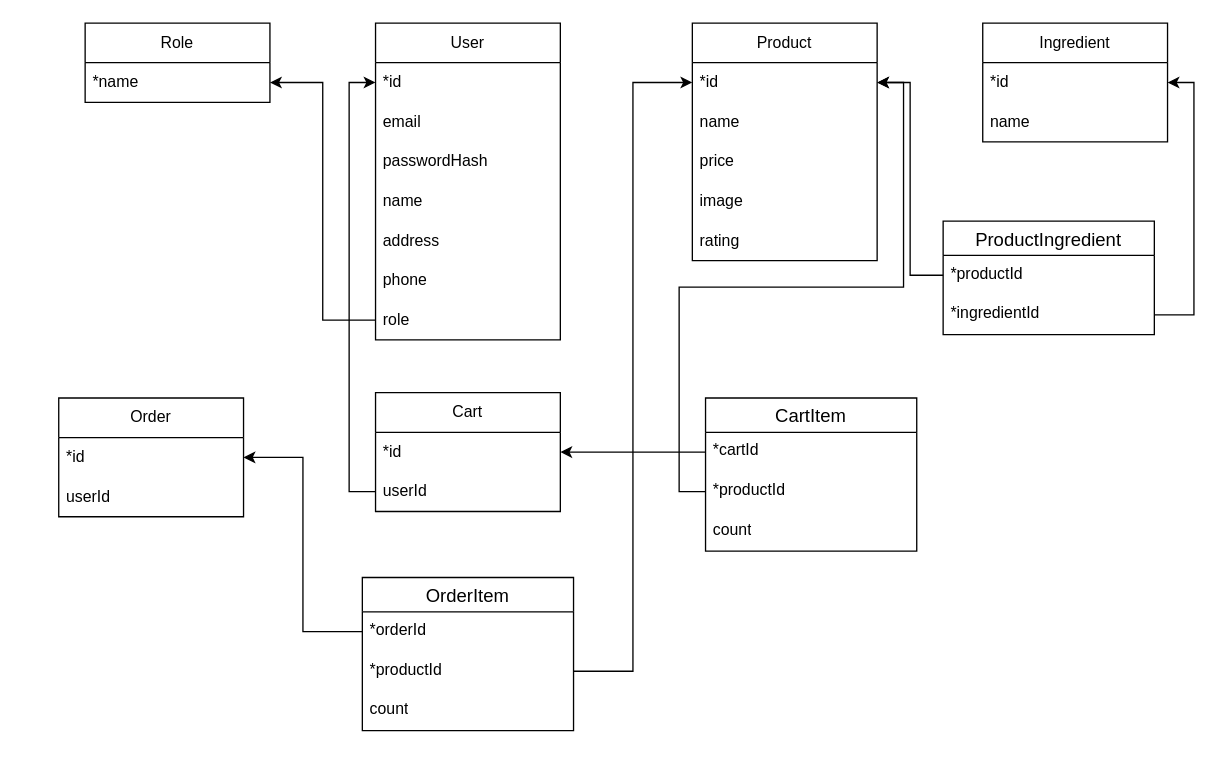
Earlier version of the draw.io diagram page "Страница — 2" (2 of 2) of database.drawio (fevoritos/kentucky-baked-pizza). Source tidied: cells renumbered, new cells numbered last; positions are measured from the earlier drawing's top-left corner, leaving out a move shared by most shapes. Both pictures are drawn from the tidied source at 132%, with x=0, y=0 at pixel (58, 22).
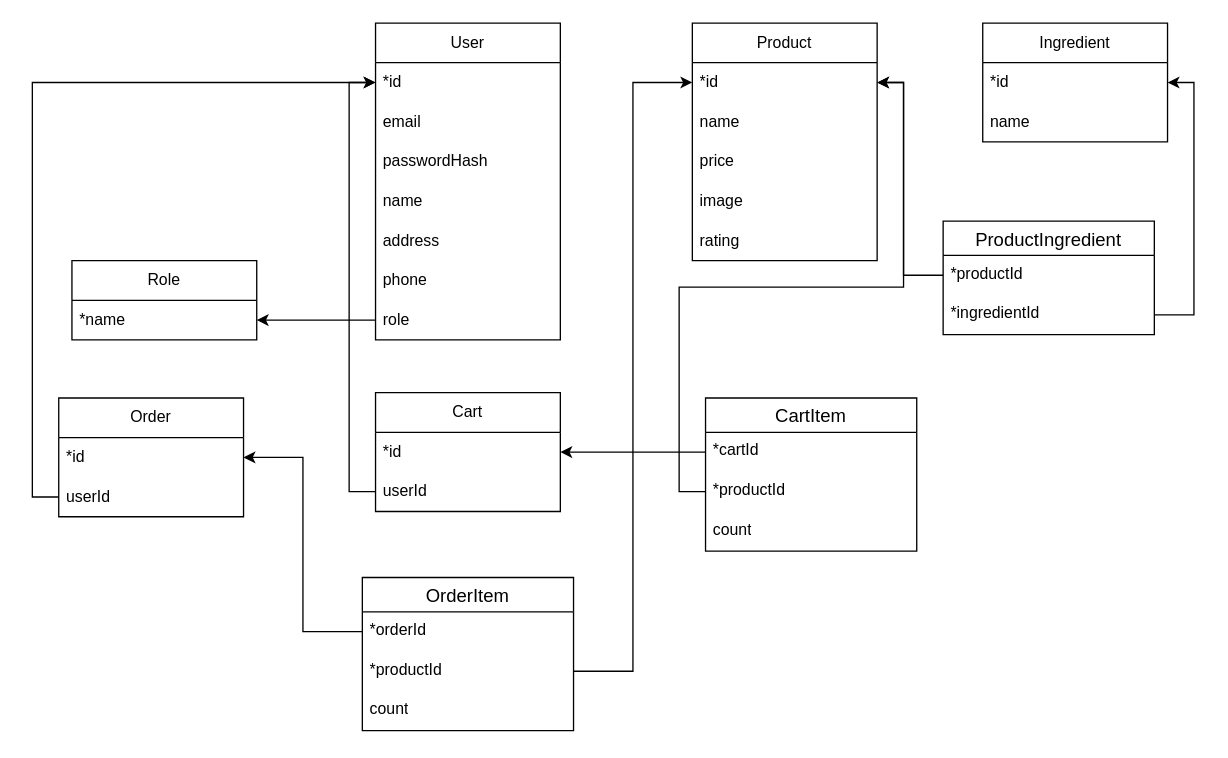
The same diagram, later.

The change refers to these unchanged cells:
```xml
<mxCell id="3" value="*id" style="text;strokeColor=none;fillColor=none;align=left;verticalAlign=middle;spacingLeft=4;spacingRight=4;overflow=hidden;points=[[0,0.5],[1,0.5]];portConstraint=eastwest;whiteSpace=wrap;html=1;" parent="2" vertex="1">
  <mxGeometry y="30" width="140" height="30" as="geometry" />
</mxCell>
<mxCell id="11" value="*id" style="text;strokeColor=none;fillColor=none;align=left;verticalAlign=middle;spacingLeft=4;spacingRight=4;overflow=hidden;points=[[0,0.5],[1,0.5]];portConstraint=eastwest;whiteSpace=wrap;html=1;" parent="10" vertex="1">
  <mxGeometry y="30" width="140" height="30" as="geometry" />
</mxCell>
<mxCell id="24" value="*productId" style="text;strokeColor=none;fillColor=none;spacingLeft=4;spacingRight=4;overflow=hidden;points=[[0,0.5],[1,0.5]];portConstraint=eastwest;fontSize=12;whiteSpace=wrap;html=1;" parent="22" vertex="1">
  <mxGeometry y="56" width="160" height="30" as="geometry" />
</mxCell>
<mxCell id="30" value="*produсtId" style="text;strokeColor=none;fillColor=none;spacingLeft=4;spacingRight=4;overflow=hidden;points=[[0,0.5],[1,0.5]];portConstraint=eastwest;fontSize=12;whiteSpace=wrap;html=1;" parent="29" vertex="1">
  <mxGeometry y="26" width="160" height="30" as="geometry" />
</mxCell>
<mxCell id="39" value="userId" style="text;strokeColor=none;fillColor=none;align=left;verticalAlign=middle;spacingLeft=4;spacingRight=4;overflow=hidden;points=[[0,0.5],[1,0.5]];portConstraint=eastwest;whiteSpace=wrap;html=1;" parent="37" vertex="1">
  <mxGeometry y="60" width="140" height="30" as="geometry" />
</mxCell>
```

Diff of the diagram source:
```diff
@@
     <mxCell id="27" style="edgeStyle=orthogonalEdgeStyle;rounded=0;jettySize=auto;html=1;" parent="1" edge="1" source="24" target="11">
-      <mxGeometry relative="1" as="geometry" />
+      <mxGeometry relative="1" as="geometry">
+        <Array as="points">
+          <mxPoint x="470" y="355" />
+          <mxPoint x="470" y="200" />
+          <mxPoint x="640" y="200" />
+          <mxPoint x="640" y="45" />
+        </Array>
+      </mxGeometry>
     </mxCell>
@@
     <mxCell id="33" style="edgeStyle=orthogonalEdgeStyle;rounded=0;jettySize=auto;html=1;entryX=1;entryY=0.5;entryDx=0;entryDy=0;" parent="1" edge="1" source="30" target="11">
-      <mxGeometry relative="1" as="geometry" />
+      <mxGeometry relative="1" as="geometry">
+        <Array as="points">
+          <mxPoint x="640" y="191" />
+          <mxPoint x="640" y="45" />
+        </Array>
+      </mxGeometry>
     </mxCell>
     <mxCell id="34" value="Role" style="swimlane;fontStyle=0;horizontal=1;startSize=30;whiteSpace=wrap;html=1;" parent="1" vertex="1">
-      <mxGeometry x="20" width="140" height="60" as="geometry" />
+      <mxGeometry x="10" y="180" width="140" height="60" as="geometry" />
     </mxCell>
@@
+    <mxCell id="46" style="edgeStyle=elbowEdgeStyle;rounded=0;jettySize=auto;html=1;entryX=0;entryY=0.5;entryDx=0;entryDy=0;exitX=0;exitY=0.5;exitDx=0;exitDy=0;" parent="1" edge="1" source="39" target="3">
+      <mxGeometry relative="1" as="geometry">
+        <Array as="points">
+          <mxPoint x="-20" y="135" />
+          <mxPoint x="-20" y="295" />
+        </Array>
+      </mxGeometry>
+    </mxCell>
```
